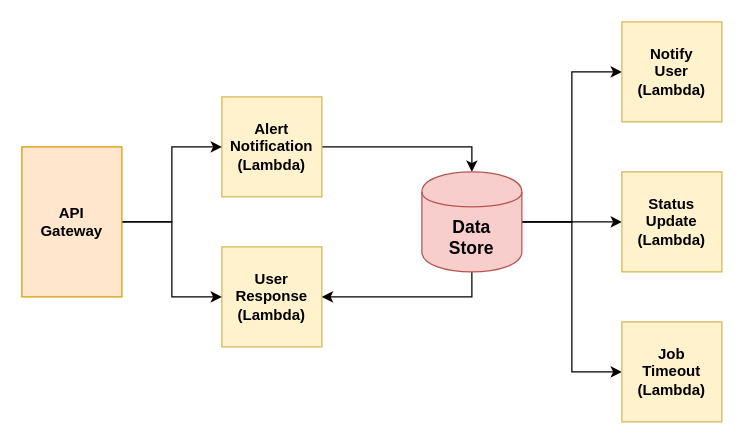
This is docs/diagrams/web_server_architecture.drawio from mozilla/MozDef-Triage-Bot, a draw.io file, before an edit. Source tidied: cells renumbered, new cells numbered last; positions are measured from the earlier drawing's top-left corner, leaving out a move shared by most shapes. Both pictures are drawn from the tidied source at 125%, with x=0, y=0 at pixel (21, 21).
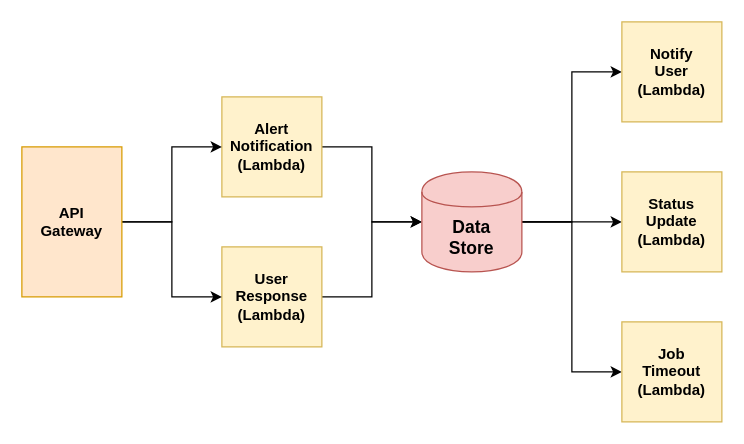
The same diagram, later.

Commit message (it also covers changes not shown here):
Correct and tidy web server architecture diagram

Diff of the diagram source:
```diff
@@
 <mxGraphModel>
   <root>
     <mxCell id="0" />
     <mxCell id="1" parent="0" />
-    <mxCell id="2" style="edgeStyle=orthogonalEdgeStyle;rounded=0;jettySize=auto;html=1;exitX=1;exitY=0.5;exitDx=0;exitDy=0;entryX=0.5;entryY=0;entryDx=0;entryDy=0;" parent="1" edge="1" source="3" target="9">
+    <mxCell id="2" style="edgeStyle=orthogonalEdgeStyle;rounded=0;jettySize=auto;html=1;exitX=1;exitY=0.5;exitDx=0;exitDy=0;entryX=0;entryY=0.5;entryDx=0;entryDy=0;" parent="1" edge="1" source="3" target="9">
       <mxGeometry relative="1" as="geometry" />
     </mxCell>
     <mxCell id="3" value="Alert&lt;br&gt;Notification&lt;br&gt;(Lambda)" style="whiteSpace=wrap;html=1;fillColor=#fff2cc;strokeColor=#d6b656;fontStyle=1;" parent="1" vertex="1">
       <mxGeometry x="160" y="60" width="80" height="80" as="geometry" />
     </mxCell>
+    <mxCell id="16" style="edgeStyle=orthogonalEdgeStyle;rounded=0;jettySize=auto;html=1;exitX=1;exitY=0.5;exitDx=0;exitDy=0;entryX=0;entryY=0.5;entryDx=0;entryDy=0;" parent="1" edge="1" source="4" target="9">
+      <mxGeometry relative="1" as="geometry" />
+    </mxCell>
     <mxCell id="4" value="User&lt;br&gt;Response&lt;br&gt;(Lambda)" style="whiteSpace=wrap;html=1;fillColor=#fff2cc;strokeColor=#d6b656;fontStyle=1;" parent="1" vertex="1">
       <mxGeometry x="160" y="180" width="80" height="80" as="geometry" />
     </mxCell>
     <mxCell id="5" style="edgeStyle=orthogonalEdgeStyle;rounded=0;jettySize=auto;html=1;exitX=1;exitY=0.5;exitDx=0;exitDy=0;entryX=0;entryY=0.5;entryDx=0;entryDy=0;startArrow=none;startFill=0;" parent="1" edge="1" source="9" target="10">
       <mxGeometry relative="1" as="geometry" />
     </mxCell>
     <mxCell id="6" style="edgeStyle=orthogonalEdgeStyle;rounded=0;jettySize=auto;html=1;exitX=1;exitY=0.5;exitDx=0;exitDy=0;entryX=0;entryY=0.5;entryDx=0;entryDy=0;startArrow=none;startFill=0;" parent="1" edge="1" source="9" target="15">
       <mxGeometry relative="1" as="geometry" />
     </mxCell>
     <mxCell id="7" style="edgeStyle=orthogonalEdgeStyle;rounded=0;jettySize=auto;html=1;exitX=1;exitY=0.5;exitDx=0;exitDy=0;entryX=0;entryY=0.5;entryDx=0;entryDy=0;" parent="1" edge="1" source="9" target="11">
       <mxGeometry relative="1" as="geometry" />
     </mxCell>
-    <mxCell id="8" style="edgeStyle=orthogonalEdgeStyle;rounded=0;jettySize=auto;html=1;exitX=0.5;exitY=1;exitDx=0;exitDy=0;entryX=1;entryY=0.5;entryDx=0;entryDy=0;" parent="1" edge="1" source="9" target="4">
-      <mxGeometry relative="1" as="geometry" />
-    </mxCell>
     <mxCell id="9" value="Data&lt;br&gt;Store" style="shape=cylinder;whiteSpace=wrap;html=1;boundedLbl=1;backgroundOutline=1;fontSize=14;fontStyle=1;fillColor=#f8cecc;strokeColor=#b85450;" parent="1" vertex="1">
       <mxGeometry x="320" y="120" width="80" height="80" as="geometry" />
     </mxCell>
     <mxCell id="10" value="Notify&lt;br&gt;User&lt;br&gt;(Lambda)" style="whiteSpace=wrap;html=1;fillColor=#fff2cc;strokeColor=#d6b656;fontStyle=1;" parent="1" vertex="1">
       <mxGeometry x="480" width="80" height="80" as="geometry" />
     </mxCell>
     <mxCell id="11" value="Job&lt;br&gt;Timeout&lt;br&gt;(Lambda)" style="whiteSpace=wrap;html=1;fillColor=#fff2cc;strokeColor=#d6b656;fontStyle=1;" parent="1" vertex="1">
       <mxGeometry x="480" y="240" width="80" height="80" as="geometry" />
     </mxCell>
     <mxCell id="12" style="edgeStyle=orthogonalEdgeStyle;rounded=0;jettySize=auto;html=1;exitX=1;exitY=0.5;exitDx=0;exitDy=0;entryX=0;entryY=0.5;entryDx=0;entryDy=0;" parent="1" edge="1" source="14" target="3">
       <mxGeometry relative="1" as="geometry" />
     </mxCell>
     <mxCell id="13" style="edgeStyle=orthogonalEdgeStyle;rounded=0;jettySize=auto;html=1;exitX=1;exitY=0.5;exitDx=0;exitDy=0;entryX=0;entryY=0.5;entryDx=0;entryDy=0;" parent="1" edge="1" source="14" target="4">
       <mxGeometry relative="1" as="geometry" />
     </mxCell>
     <mxCell id="14" value="API&lt;br&gt;Gateway" style="rounded=0;whiteSpace=wrap;html=1;fontStyle=1;fillColor=#ffe6cc;strokeColor=#d79b00;" parent="1" vertex="1">
       <mxGeometry y="100" width="80" height="120" as="geometry" />
     </mxCell>
     <mxCell id="15" value="Status&lt;br&gt;Update&lt;br&gt;(Lambda)" style="whiteSpace=wrap;html=1;fillColor=#fff2cc;strokeColor=#d6b656;fontStyle=1;" parent="1" vertex="1">
       <mxGeometry x="480" y="120" width="80" height="80" as="geometry" />
     </mxCell>
   </root>
 </mxGraphModel>
```
